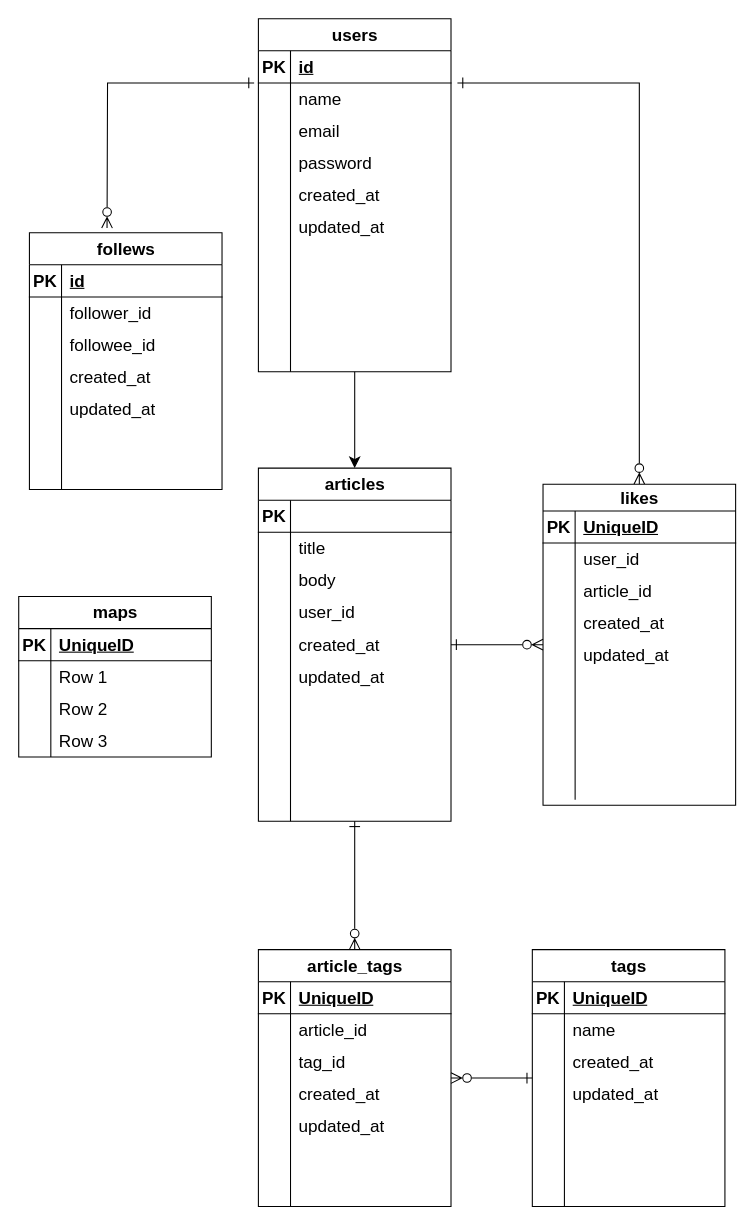
inuneko6417/ToMLIA_Test keeps this draw.io diagram as 名称未設定ファイル.drawio. Above is the earlier version. Source tidied: cells renumbered, new cells numbered last; positions are measured from the earlier drawing's top-left corner, leaving out a move shared by most shapes. Both pictures are drawn from the tidied source at 107%, with x=0, y=0 at pixel (18, 18).
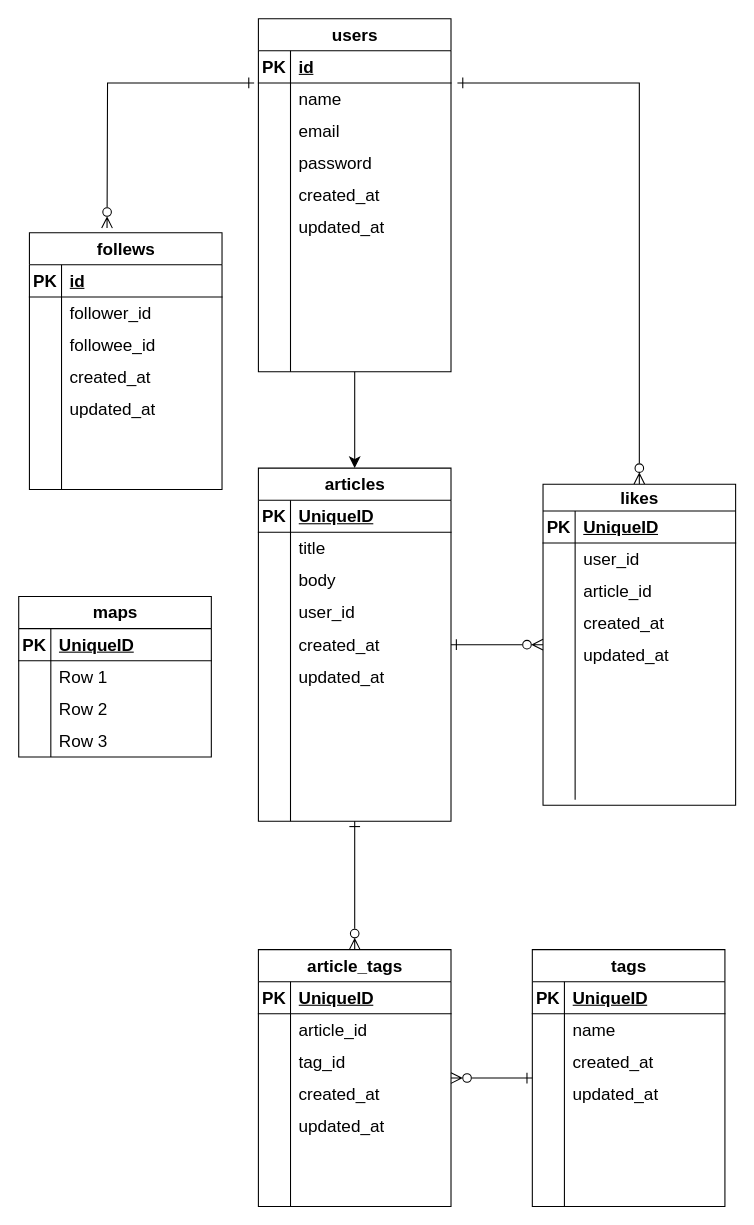
Above is the later version.

Commit message:
名称未設定ファイル.drawio を更新します

The change refers to these unchanged cells:
```xml
<mxCell id="94" style="shape=tableRow;horizontal=0;startSize=0;swimlaneHead=0;swimlaneBody=0;fillColor=none;top=0;left=0;right=0;bottom=1;fontSize=16;" parent="93" vertex="1">
  <mxGeometry y="30" width="180" height="30" as="geometry" />
</mxCell>
```

The edit, as a diff of the source:
```diff
@@
-    <mxCell id="96" style="shape=partialRectangle;fillColor=none;top=0;left=0;bottom=0;right=0;align=left;spacingLeft=6;fontStyle=5;overflow=hidden;whiteSpace=wrap;html=1;fontSize=16;" parent="94" vertex="1">
+    <mxCell id="96" value="UniqueID" style="shape=partialRectangle;fillColor=none;top=0;left=0;bottom=0;right=0;align=left;spacingLeft=6;fontStyle=5;overflow=hidden;whiteSpace=wrap;html=1;fontSize=16;" parent="94" vertex="1">
       <mxGeometry x="30" width="150" height="30" as="geometry" />
     </mxCell>
```
